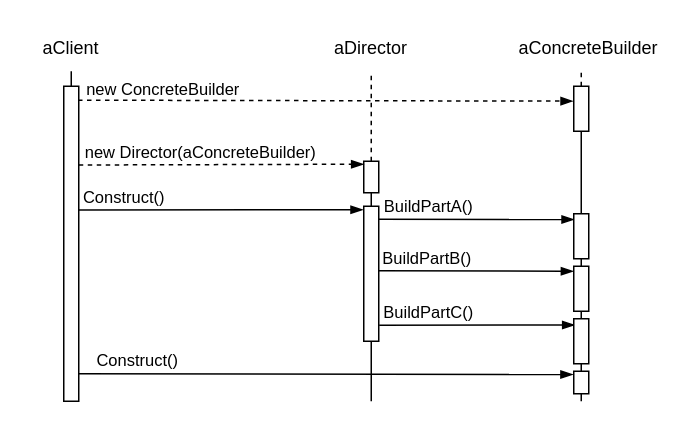
Before: design_patterns/creational_patterns/drawio/builder_interaction.drawio in ChienKangLu/readingnote, a draw.io diagram. Source tidied: cells renumbered, new cells numbered last; positions are measured from the earlier drawing's top-left corner, leaving out a move shared by most shapes. Both pictures are drawn from the tidied source at 150%, with x=0, y=0 at pixel (26, 26).
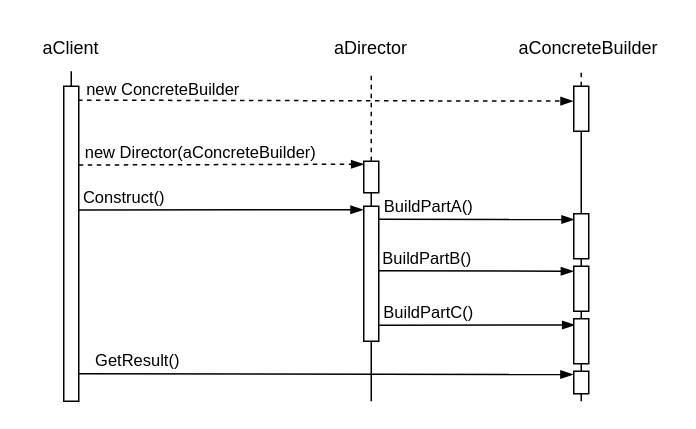
The same diagram, later.

The change refers to these unchanged cells:
```xml
<mxCell id="34" style="endArrow=blockThin;html=1;rounded=0;endFill=1;exitX=0.997;exitY=0.913;exitDx=0;exitDy=0;exitPerimeter=0;entryX=-0.044;entryY=0.146;entryDx=0;entryDy=0;entryPerimeter=0;" parent="1" edge="1" source="6" target="36">
  <mxGeometry relative="1" as="geometry" />
</mxCell>
```

Change to the diagram source:
```diff
@@
-    <mxCell id="35" value="Construct()" style="edgeLabel;html=1;align=center;verticalAlign=middle;" parent="34" vertex="1">
+    <mxCell id="35" value="GetResult()" style="edgeLabel;html=1;align=center;verticalAlign=middle;" parent="34" vertex="1">
       <mxGeometry x="-0.87" relative="1" as="geometry">
         <mxPoint x="18" y="-9" as="offset" />
       </mxGeometry>
     </mxCell>
```
